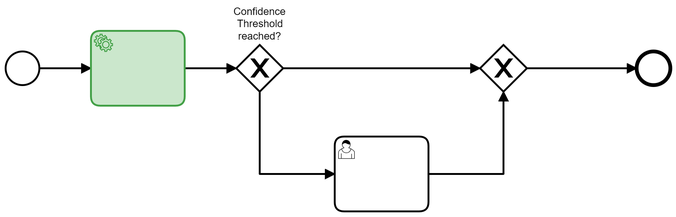
Earlier version of the BPMN export models/controlled-confidence.png (viadee/bpmn.ai-patterns). Its source is kept beside it as models/controlled-confidence.bpmn. Ids are renumbered.
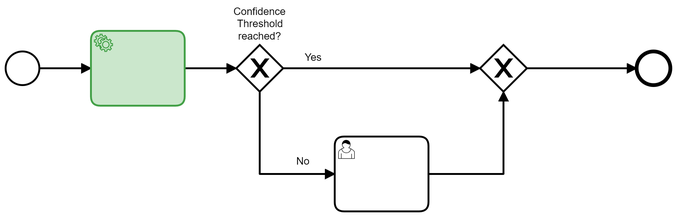
Above is the later version.

What changed in the source:
```diff
@@ -27,37 +27,43 @@
     <bpmn:sequenceFlow id="Flow_n4" sourceRef="Event_n3" targetRef="Activity_n14" />
     <bpmn:sequenceFlow id="Flow_n6" sourceRef="Gateway_n11" targetRef="Event_n5" />
     <bpmn:sequenceFlow id="Flow_n8" sourceRef="Activity_n14" targetRef="Gateway_n7" />
-    <bpmn:sequenceFlow id="Flow_n9" sourceRef="Gateway_n7" targetRef="Gateway_n11" />
-    <bpmn:sequenceFlow id="Flow_n10" sourceRef="Gateway_n7" targetRef="Activity_n13" />
+    <bpmn:sequenceFlow id="Flow_n9" name="Yes" sourceRef="Gateway_n7" targetRef="Gateway_n11" />
+    <bpmn:sequenceFlow id="Flow_n10" name="No" sourceRef="Gateway_n7" targetRef="Activity_n13" />
     <bpmn:sequenceFlow id="Flow_n12" sourceRef="Activity_n13" targetRef="Gateway_n11" />
   </bpmn:process>
   <bpmndi:BPMNDiagram id="BPMNDiagram_1">
     <bpmndi:BPMNPlane id="BPMNPlane_1" bpmnElement="Process_n2">
-      <bpmndi:BPMNEdge id="Flow_n4_di" bpmnElement="Flow_n4">
-        <di:waypoint x="198" y="150" />
-        <di:waypoint x="253" y="150" />
+      <bpmndi:BPMNEdge id="Flow_n12_di" bpmnElement="Flow_n12">
+        <di:waypoint x="613" y="263" />
+        <di:waypoint x="693" y="263" />
+        <di:waypoint x="693" y="175" />
+      </bpmndi:BPMNEdge>
+      <bpmndi:BPMNEdge id="Flow_n10_di" bpmnElement="Flow_n10">
+        <di:waypoint x="433" y="175" />
+        <di:waypoint x="433" y="263" />
+        <di:waypoint x="513" y="263" />
+        <bpmndi:BPMNLabel>
+          <dc:Bounds x="472" y="243" width="15" height="14" />
+        </bpmndi:BPMNLabel>
+      </bpmndi:BPMNEdge>
+      <bpmndi:BPMNEdge id="Flow_n9_di" bpmnElement="Flow_n9">
+        <di:waypoint x="458" y="150" />
+        <di:waypoint x="668" y="150" />
+        <bpmndi:BPMNLabel>
+          <dc:Bounds x="481" y="132" width="18" height="14" />
+        </bpmndi:BPMNLabel>
+      </bpmndi:BPMNEdge>
+      <bpmndi:BPMNEdge id="Flow_n8_di" bpmnElement="Flow_n8">
+        <di:waypoint x="353" y="150" />
+        <di:waypoint x="408" y="150" />
       </bpmndi:BPMNEdge>
       <bpmndi:BPMNEdge id="Flow_n6_di" bpmnElement="Flow_n6">
         <di:waypoint x="718" y="150" />
         <di:waypoint x="835" y="150" />
       </bpmndi:BPMNEdge>
-      <bpmndi:BPMNEdge id="Flow_n8_di" bpmnElement="Flow_n8">
-        <di:waypoint x="353" y="150" />
-        <di:waypoint x="408" y="150" />
-      </bpmndi:BPMNEdge>
-      <bpmndi:BPMNEdge id="Flow_n9_di" bpmnElement="Flow_n9">
-        <di:waypoint x="458" y="150" />
-        <di:waypoint x="668" y="150" />
-      </bpmndi:BPMNEdge>
-      <bpmndi:BPMNEdge id="Flow_n10_di" bpmnElement="Flow_n10">
-        <di:waypoint x="433" y="175" />
-        <di:waypoint x="433" y="263" />
-        <di:waypoint x="513" y="263" />
-      </bpmndi:BPMNEdge>
-      <bpmndi:BPMNEdge id="Flow_n12_di" bpmnElement="Flow_n12">
-        <di:waypoint x="613" y="263" />
-        <di:waypoint x="693" y="263" />
-        <di:waypoint x="693" y="175" />
+      <bpmndi:BPMNEdge id="Flow_n4_di" bpmnElement="Flow_n4">
+        <di:waypoint x="198" y="150" />
+        <di:waypoint x="253" y="150" />
       </bpmndi:BPMNEdge>
       <bpmndi:BPMNShape id="Event_n3_di" bpmnElement="Event_n3">
         <dc:Bounds x="162" y="132" width="36" height="36" />
```
